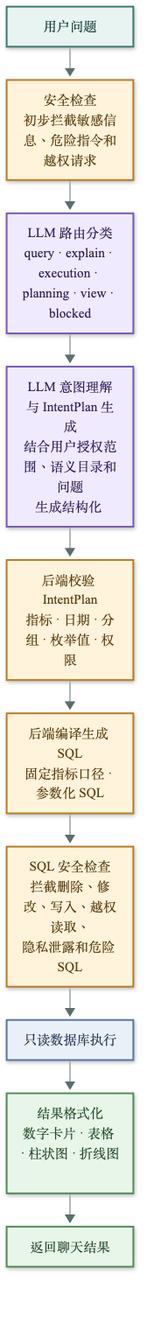
Before: docs/FutureLedger_Text2SQL_纵向架构图.png, a diagram exported from Mermaid (Maggie-maoyiqi/FutureLedger). Its source is kept beside it as docs/FutureLedger_Text2SQL_纵向架构图.mmd. Its diagram source:
```mermaid
%%{init: {'flowchart': {'nodeSpacing': 34, 'rankSpacing': 42, 'curve': 'basis'}, 'theme': 'base', 'themeVariables': {'fontFamily': 'Arial, sans-serif', 'fontSize': '16px', 'primaryColor': '#eaf3f1', 'primaryTextColor': '#173b37', 'primaryBorderColor': '#39766d', 'lineColor': '#5b6d70', 'secondaryColor': '#f3edff', 'tertiaryColor': '#fff4dd'}}}%%
flowchart TD
    U[用户问题]
    S[安全检查\n初步拦截敏感信息、危险指令和越权请求]
    R[LLM 路由分类\nquery · explain · execution · planning · view · blocked]
    I[LLM 意图理解与 IntentPlan 生成\n结合用户授权范围、语义目录和问题\n生成结构化 IntentPlan]
    V[后端校验 IntentPlan\n指标 · 日期 · 分组 · 枚举值 · 权限]
    C[后端编译生成 SQL\n固定指标口径 · 参数化 SQL]
    A[SQL 安全检查\n拦截删除、修改、写入、越权读取、\n隐私泄露和危险 SQL]
    D[只读数据库执行]
    F[结果格式化\n数字卡片 · 表格 · 柱状图 · 折线图]
    O[返回聊天结果]

    U --> S --> R --> I --> V --> C --> A --> D --> F --> O

    classDef input fill:#e7f4f1,stroke:#39766d,stroke-width:2px,color:#173b37;
    classDef llm fill:#f0eaff,stroke:#7656b3,stroke-width:2px,color:#32205a;
    classDef backend fill:#fff3dc,stroke:#b77a1f,stroke-width:2px,color:#5b3c0b;
    classDef database fill:#eaf0f8,stroke:#52769f,stroke-width:2px,color:#203954;
    classDef output fill:#e8f5e9,stroke:#4d8b55,stroke-width:2px,color:#234b28;

    class U input;
    class S,V,C,A backend;
    class R,I llm;
    class D database;
    class F,O output;
```
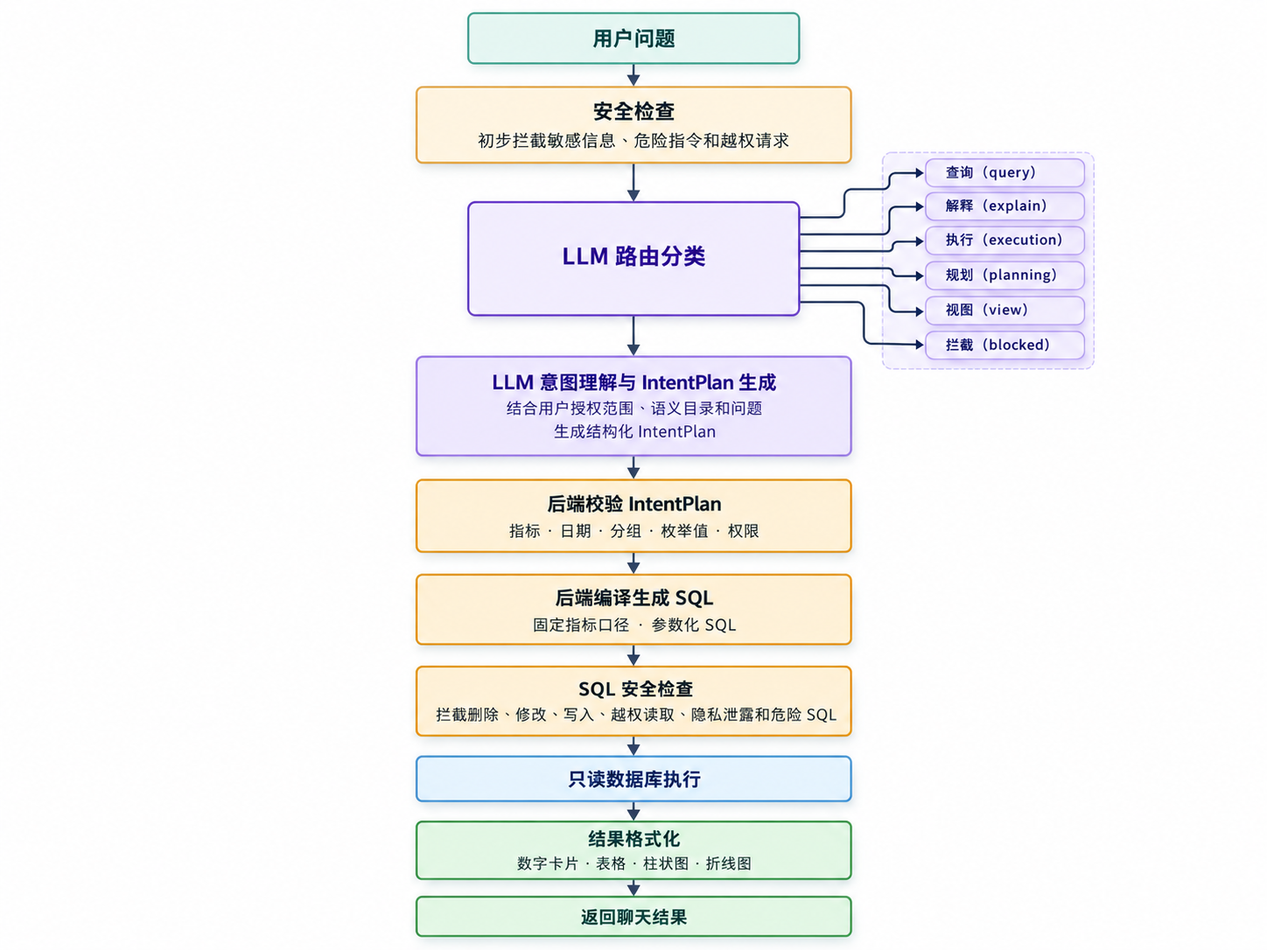
Later version of the same file.

Diff of the diagram source:
```diff
@@ -2,7 +2,7 @@
 flowchart TD
     U[用户问题]
     S[安全检查\n初步拦截敏感信息、危险指令和越权请求]
-    R[LLM 路由分类\nquery · explain · execution · planning · view · blocked]
+    R[LLM 路由分类\n查询（query） · 解释（explain） · 执行（execution）\n规划（planning） · 视图（view） · 拦截（blocked）]
     I[LLM 意图理解与 IntentPlan 生成\n结合用户授权范围、语义目录和问题\n生成结构化 IntentPlan]
     V[后端校验 IntentPlan\n指标 · 日期 · 分组 · 枚举值 · 权限]
     C[后端编译生成 SQL\n固定指标口径 · 参数化 SQL]
```
